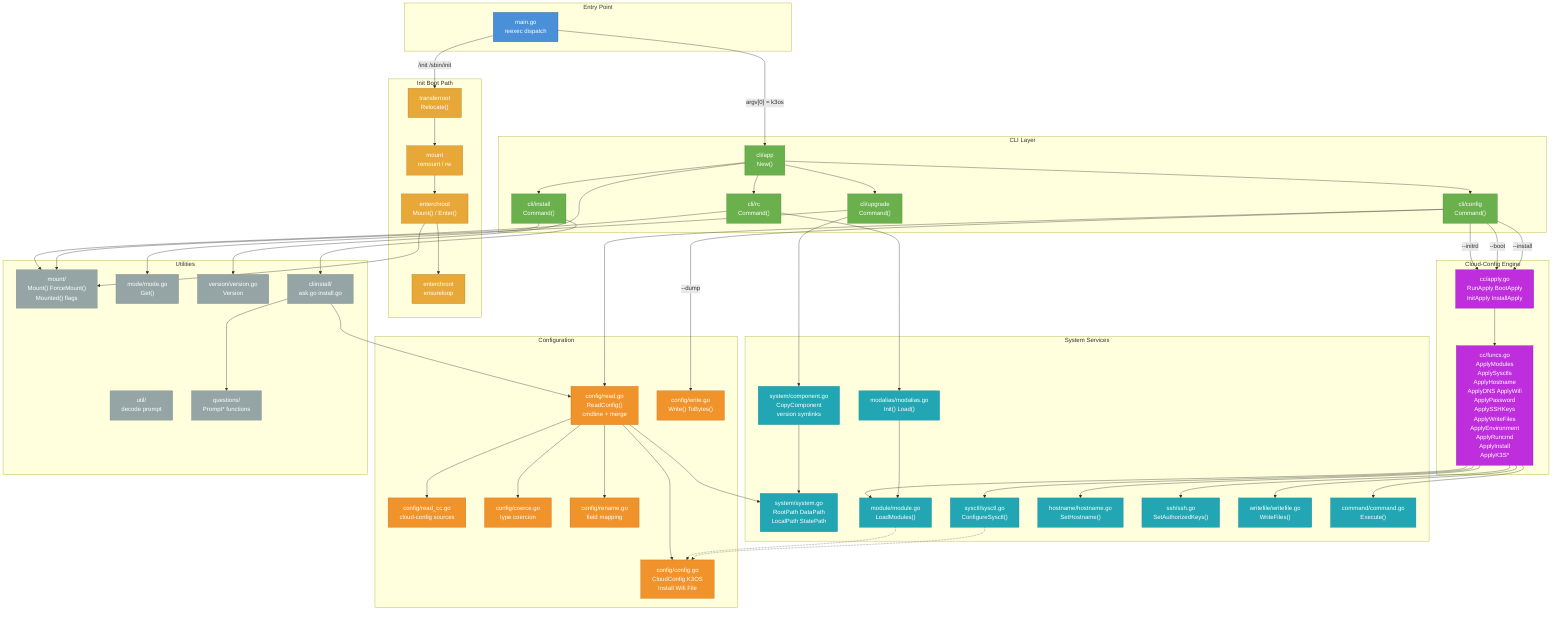
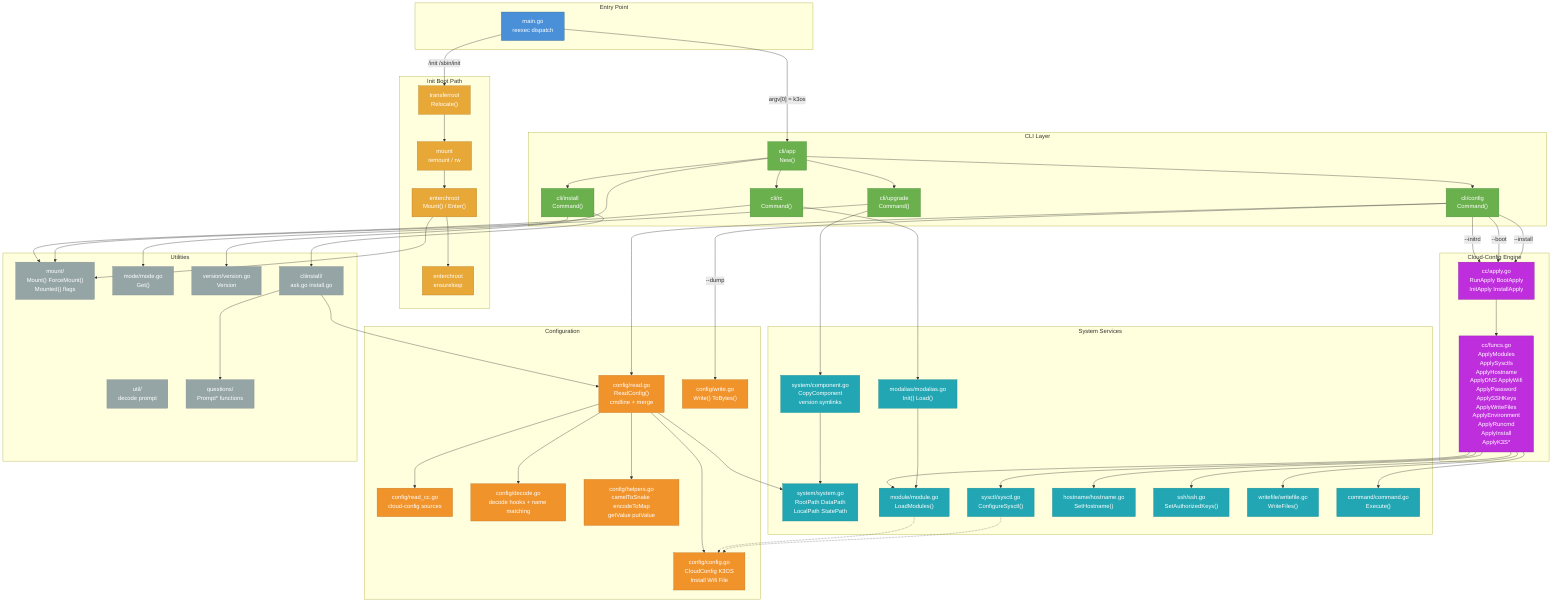
%% K3OS Binary Architecture
%% Module boundaries and data flow

graph TD
    subgraph "Entry Point"
        MAIN["main.go<br/>reexec dispatch"]
    end

    subgraph "Init Boot Path"
        TR["transferroot<br/>Relocate()"]
        MNT_INIT["mount<br/>remount / rw"]
        EC["enterchroot<br/>Mount() / Enter()"]
        EL["enterchroot<br/>ensureloop"]
    end

    subgraph "CLI Layer"
        APP["cli/app<br/>New()"]
        CMD_RC["cli/rc<br/>Command()"]
        CMD_CFG["cli/config<br/>Command()"]
        CMD_INST["cli/install<br/>Command()"]
        CMD_UPG["cli/upgrade<br/>Command()"]
    end

    subgraph "Cloud-Config Engine"
        CC_APPLY["cc/apply.go<br/>RunApply BootApply<br/>InitApply InstallApply"]
        CC_FUNCS["cc/funcs.go<br/>ApplyModules<br/>ApplySysctls<br/>ApplyHostname<br/>ApplyDNS ApplyWifi<br/>ApplyPassword<br/>ApplySSHKeys<br/>ApplyWriteFiles<br/>ApplyEnvironment<br/>ApplyRuncmd<br/>ApplyInstall<br/>ApplyK3S*"]
    end

    subgraph "Configuration"
        CFG_MODEL["config/config.go<br/>CloudConfig K3OS<br/>Install Wifi File"]
        CFG_READ["config/read.go<br/>ReadConfig()<br/>cmdline + merge"]
        CFG_READCC["config/read_cc.go<br/>cloud-config sources"]
        CFG_WRITE["config/write.go<br/>Write() ToBytes()"]
-         CFG_COERCE["config/coerce.go<br/>type coercion"]
-         CFG_RENAME["config/rename.go<br/>field mapping"]
+         CFG_DECODE["config/decode.go<br/>decode hooks + name matching"]
+         CFG_HELPERS["config/helpers.go<br/>camelToSnake encodeToMap<br/>getValue putValue"]
    end

    subgraph "System Services"
        SYS["system/system.go<br/>RootPath DataPath<br/>LocalPath StatePath"]
        COMP["system/component.go<br/>CopyComponent<br/>version symlinks"]
        MOD["module/module.go<br/>LoadModules()"]
        MODAL["modalias/modalias.go<br/>Init() Load()"]
        SYSCTL["sysctl/sysctl.go<br/>ConfigureSysctl()"]
        HOST["hostname/hostname.go<br/>SetHostname()"]
        SSH["ssh/ssh.go<br/>SetAuthorizedKeys()"]
        WF["writefile/writefile.go<br/>WriteFiles()"]
        CMD["command/command.go<br/>Execute()"]
    end

    subgraph "Utilities"
        MOUNT["mount/<br/>Mount() ForceMount()<br/>Mounted() flags"]
        MODE["mode/mode.go<br/>Get()"]
        VER["version/version.go<br/>Version"]
        UTIL["util/<br/>decode prompt"]
        QUEST["questions/<br/>Prompt* functions"]
        CLIINST["cliinstall/<br/>ask.go install.go"]
    end

    %% Init boot path
    MAIN -->|"/init /sbin/init"| TR
    TR --> MNT_INIT
    MNT_INIT --> EC
    EC --> EL

    %% CLI dispatch
    MAIN -->|"argv[0] = k3os"| APP
    APP --> CMD_RC
    APP --> CMD_CFG
    APP --> CMD_INST
    APP --> CMD_UPG

    %% Config command flow
    CMD_CFG --> CFG_READ
    CFG_READ --> CFG_MODEL
    CFG_READ --> CFG_READCC
-     CFG_READ --> CFG_COERCE
-     CFG_READ --> CFG_RENAME
+     CFG_READ --> CFG_DECODE
+     CFG_READ --> CFG_HELPERS
    CMD_CFG -->|"--initrd"| CC_APPLY
    CMD_CFG -->|"--boot"| CC_APPLY
    CMD_CFG -->|"--install"| CC_APPLY
    CMD_CFG -->|"--dump"| CFG_WRITE

    %% Cloud-config appliers
    CC_APPLY --> CC_FUNCS
    CC_FUNCS --> MOD
    CC_FUNCS --> SYSCTL
    CC_FUNCS --> HOST
    CC_FUNCS --> SSH
    CC_FUNCS --> WF
    CC_FUNCS --> CMD

    %% RC command
    CMD_RC --> MOUNT
    CMD_RC --> MODAL

    %% Upgrade command
    CMD_UPG --> COMP
    CMD_UPG --> MOUNT
    COMP --> SYS

    %% Install command
    CMD_INST --> MODE
    CMD_INST --> CLIINST
    CLIINST --> QUEST
    CLIINST --> CFG_READ

    %% Shared dependencies
    CFG_READ --> SYS
    MOD -.-> CFG_MODEL
    SYSCTL -.-> CFG_MODEL
    MODAL --> MOD
    EC --> MOUNT

    %% Version
    APP --> VER

    %% Styling
    classDef entry fill:#4a90d9,stroke:#2c5f8a,color:#fff
    classDef boot fill:#e8a838,stroke:#b07d28,color:#fff
    classDef cli fill:#6ab04c,stroke:#4a8a3c,color:#fff
    classDef cc fill:#be2edd,stroke:#8e1ea0,color:#fff
    classDef config fill:#f0932b,stroke:#c07020,color:#fff
    classDef service fill:#22a6b3,stroke:#1a8a90,color:#fff
    classDef util fill:#95a5a6,stroke:#7f8c8d,color:#fff

    class MAIN entry
    class TR,MNT_INIT,EC,EL boot
    class APP,CMD_RC,CMD_CFG,CMD_INST,CMD_UPG cli
    class CC_APPLY,CC_FUNCS cc
-     class CFG_MODEL,CFG_READ,CFG_READCC,CFG_WRITE,CFG_COERCE,CFG_RENAME config
+     class CFG_MODEL,CFG_READ,CFG_READCC,CFG_WRITE,CFG_DECODE,CFG_HELPERS config
    class SYS,COMP,MOD,MODAL,SYSCTL,HOST,SSH,WF,CMD service
    class MOUNT,MODE,VER,UTIL,QUEST,CLIINST util
